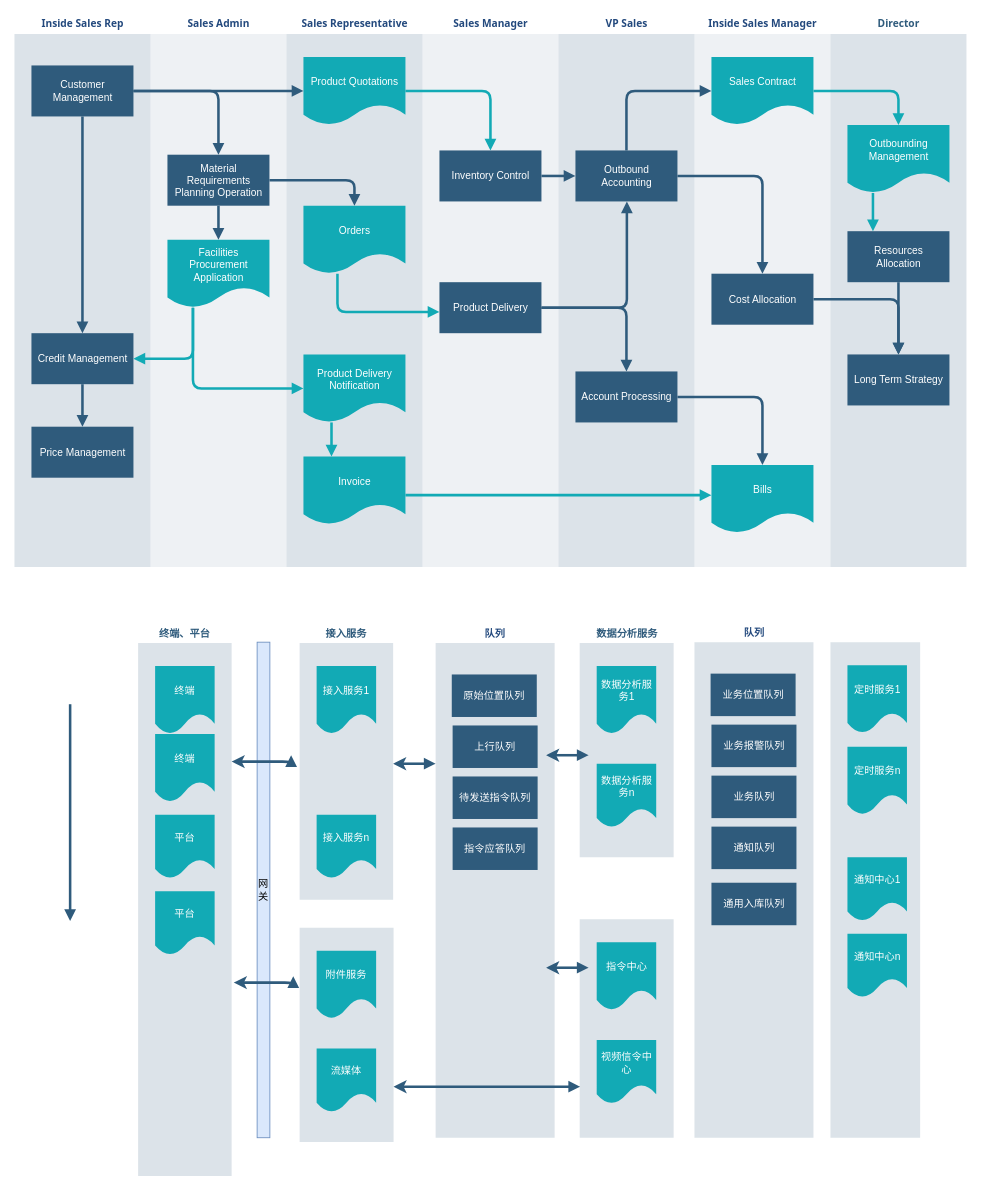
Earlier version of the draw.io diagram 未命名绘图2.drawio (xktder/draw). Source tidied: cells renumbered, new cells numbered last; positions are measured from the earlier drawing's top-left corner, leaving out a move shared by most shapes. Both pictures are drawn from the tidied source at 85%, with x=0, y=0 at pixel (14, 14).
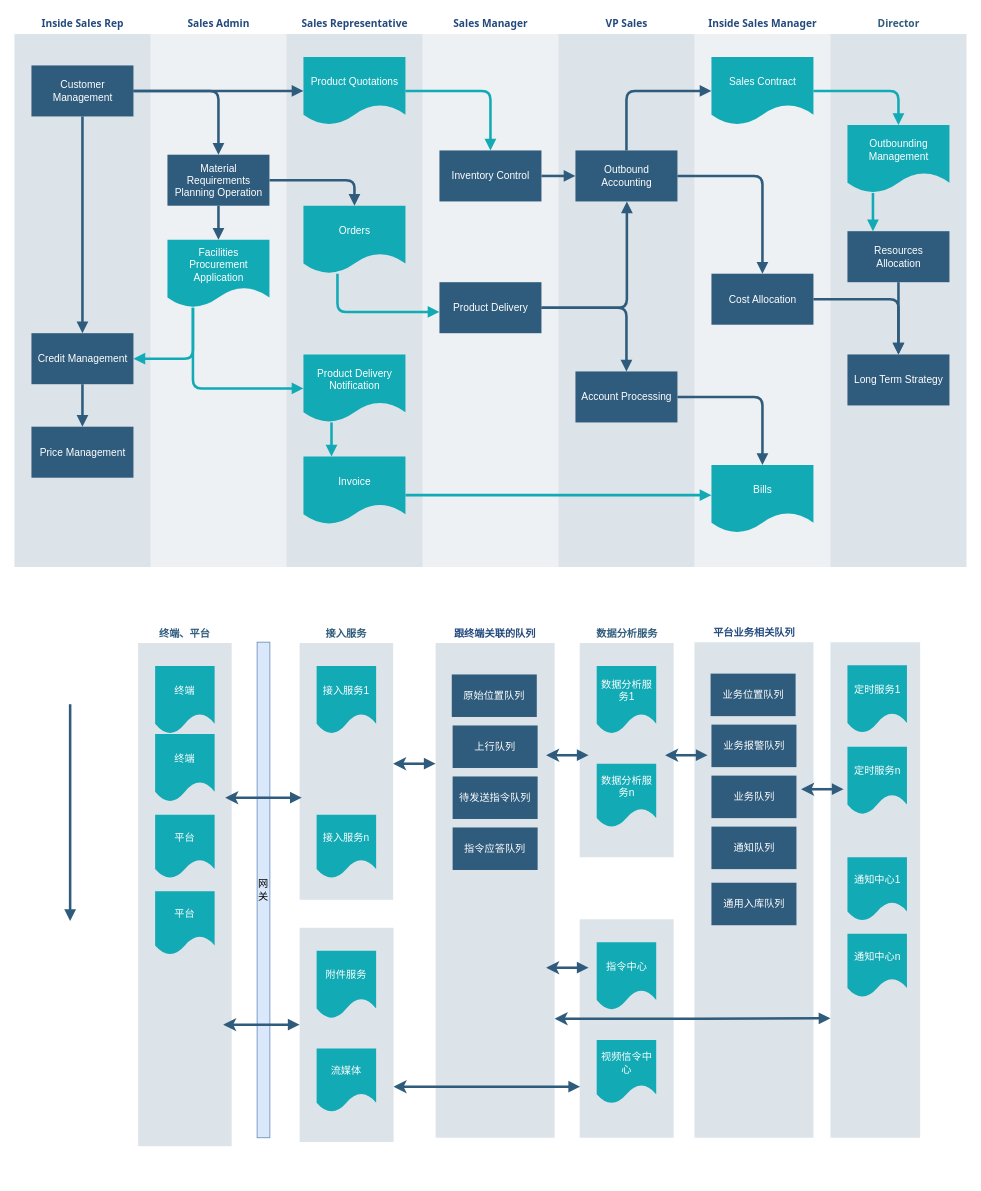
After the change.

Commit message (it also covers changes not shown here):
更新未命名绘图2.drawio

What changed in the source:
```diff
@@
-    <mxCell id="50" value="&lt;font color=&quot;#23497d&quot;&gt;队列&lt;/font&gt;" style="swimlane;whiteSpace=wrap;fillColor=none;swimlaneFillColor=#BAC8D3;fontColor=#2F5B7C;fontFamily=Tahoma;html=1;strokeColor=none;opacity=50;" parent="1" vertex="1">
+    <mxCell id="50" value="&lt;font color=&quot;#23497d&quot;&gt;跟终端关联的队列&lt;/font&gt;" style="swimlane;whiteSpace=wrap;fillColor=none;swimlaneFillColor=#BAC8D3;fontColor=#2F5B7C;fontFamily=Tahoma;html=1;strokeColor=none;opacity=50;" parent="1" vertex="1">
       <mxGeometry x="496" y="717" width="140" height="605" as="geometry" />
     </mxCell>
@@
     <mxCell id="55" value="终端、平台" style="swimlane;whiteSpace=wrap;fillColor=none;swimlaneFillColor=#BAC8D3;fontColor=#2F5B7C;fontFamily=Tahoma;html=1;strokeColor=none;opacity=50;startSize=23;" parent="1" vertex="1">
-      <mxGeometry x="146" y="717" width="110" height="650" as="geometry" />
+      <mxGeometry x="146" y="717" width="110" height="615" as="geometry" />
     </mxCell>
@@
-    <mxCell id="66" style="edgeStyle=segmentEdgeStyle;strokeColor=#2F5B7C;strokeWidth=3;html=1;endArrow=block;endFill=1;exitX=1;exitY=0.25;exitDx=0;exitDy=0;startArrow=classic;startFill=1;" parent="1" edge="1" source="55">
-      <mxGeometry relative="1" as="geometry">
-        <mxPoint x="326" y="872" as="targetPoint" />
-        <Array as="points">
-          <mxPoint x="326" y="880" />
-          <mxPoint x="326" y="872" />
-        </Array>
-      </mxGeometry>
-    </mxCell>
@@
-    <mxCell id="73" style="edgeStyle=segmentEdgeStyle;strokeColor=#2F5B7C;strokeWidth=3;html=1;endArrow=block;endFill=1;exitX=1;exitY=0.25;exitDx=0;exitDy=0;startArrow=classic;startFill=1;" parent="1" edge="1">
-      <mxGeometry relative="1" as="geometry">
-        <mxPoint x="258.5" y="1139.5" as="sourcePoint" />
-        <mxPoint x="328.5" y="1132" as="targetPoint" />
-        <Array as="points">
-          <mxPoint x="329" y="1140" />
-        </Array>
-      </mxGeometry>
-    </mxCell>
@@
-    <mxCell id="80" value="&lt;font color=&quot;#23497d&quot;&gt;队列&lt;/font&gt;" style="swimlane;whiteSpace=wrap;fillColor=none;swimlaneFillColor=#BAC8D3;fontColor=#2F5B7C;fontFamily=Tahoma;html=1;strokeColor=none;opacity=50;" parent="1" vertex="1">
+    <mxCell id="80" value="&lt;font color=&quot;#23497d&quot;&gt;平台业务相关队列&lt;/font&gt;" style="swimlane;whiteSpace=wrap;fillColor=none;swimlaneFillColor=#BAC8D3;fontColor=#2F5B7C;fontFamily=Tahoma;html=1;strokeColor=none;opacity=50;" parent="1" vertex="1">
       <mxGeometry x="800.5" y="716" width="140" height="606" as="geometry" />
     </mxCell>
@@
+    <mxCell id="91" style="edgeStyle=orthogonalEdgeStyle;rounded=1;orthogonalLoop=1;jettySize=auto;html=1;endArrow=block;strokeColor=#2F5B7C;strokeWidth=3;endFill=1;startArrow=classic;startFill=1;" parent="1" edge="1">
+      <mxGeometry relative="1" as="geometry">
+        <mxPoint x="766" y="872" as="sourcePoint" />
+        <mxPoint x="816" y="872" as="targetPoint" />
+      </mxGeometry>
+    </mxCell>
+    <mxCell id="92" style="edgeStyle=orthogonalEdgeStyle;rounded=1;orthogonalLoop=1;jettySize=auto;html=1;endArrow=block;strokeColor=#2F5B7C;strokeWidth=3;endFill=1;startArrow=classic;startFill=1;" parent="1" edge="1">
+      <mxGeometry relative="1" as="geometry">
+        <mxPoint x="636" y="1182" as="sourcePoint" />
+        <mxPoint x="960.5" y="1181.5" as="targetPoint" />
+        <Array as="points">
+          <mxPoint x="798" y="1182" />
+        </Array>
+      </mxGeometry>
+    </mxCell>
+    <mxCell id="93" style="edgeStyle=orthogonalEdgeStyle;rounded=1;orthogonalLoop=1;jettySize=auto;html=1;endArrow=block;strokeColor=#2F5B7C;strokeWidth=3;endFill=1;startArrow=classic;startFill=1;" parent="1" edge="1">
+      <mxGeometry relative="1" as="geometry">
+        <mxPoint x="926" y="912" as="sourcePoint" />
+        <mxPoint x="976" y="912" as="targetPoint" />
+      </mxGeometry>
+    </mxCell>
+    <mxCell id="94" style="edgeStyle=orthogonalEdgeStyle;rounded=1;orthogonalLoop=1;jettySize=auto;html=1;endArrow=block;strokeColor=#2F5B7C;strokeWidth=3;endFill=1;startArrow=classic;startFill=1;" parent="1" edge="1">
+      <mxGeometry relative="1" as="geometry">
+        <mxPoint x="248.5" y="922" as="sourcePoint" />
+        <mxPoint x="338.5" y="922" as="targetPoint" />
+      </mxGeometry>
+    </mxCell>
+    <mxCell id="95" style="edgeStyle=orthogonalEdgeStyle;rounded=1;orthogonalLoop=1;jettySize=auto;html=1;endArrow=block;strokeColor=#2F5B7C;strokeWidth=3;endFill=1;startArrow=classic;startFill=1;" parent="1" edge="1">
+      <mxGeometry relative="1" as="geometry">
+        <mxPoint x="246" y="1189" as="sourcePoint" />
+        <mxPoint x="336" y="1189" as="targetPoint" />
+      </mxGeometry>
+    </mxCell>
```
